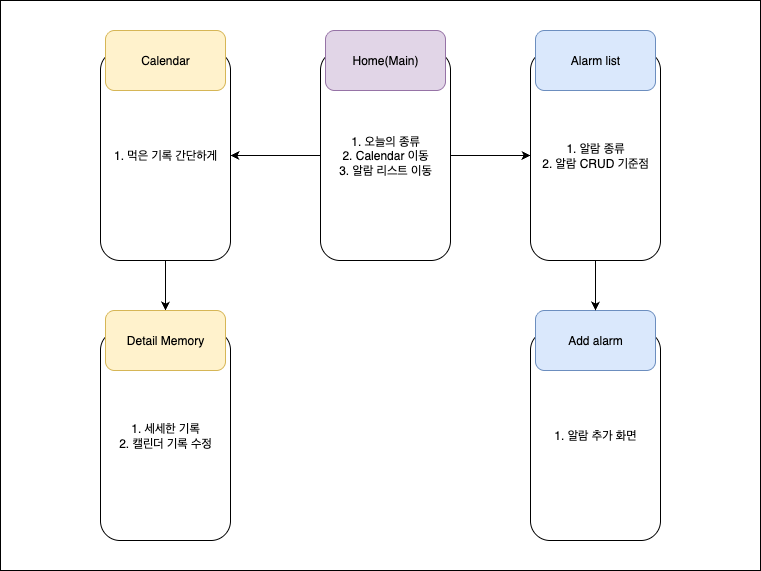
Earlier version of the draw.io export rsc/not_app/potion_alarm_screen_flow.png (andoricano/MedicareReminderRn). Source tidied: cells renumbered, new cells last; positions are measured from the earlier drawing's top-left corner, leaving out a move shared by most shapes.
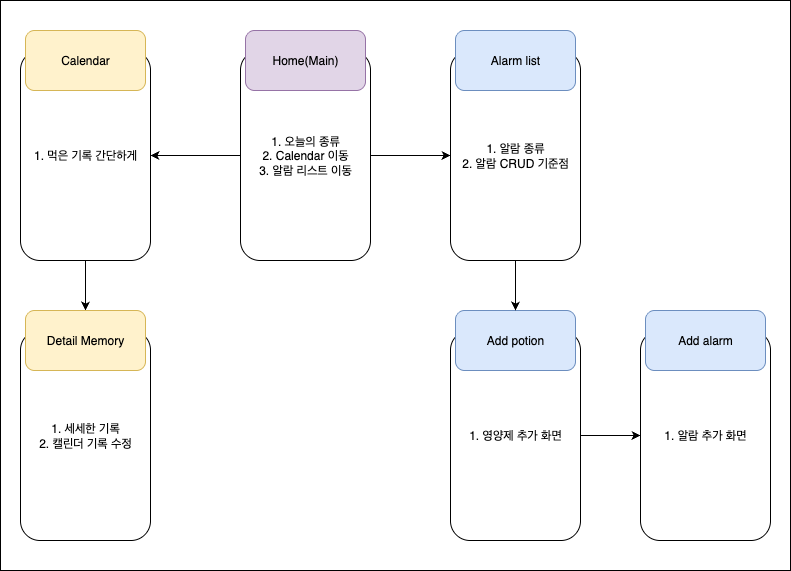
Later version of the same file.

Diff of the diagram source:
```diff
@@ -2,53 +2,62 @@
   <root>
     <mxCell id="0" />
     <mxCell id="1" parent="0" />
-    <mxCell id="2" style="group;" parent="1" vertex="1">
-      <mxGeometry width="760" height="570" as="geometry" />
-    </mxCell>
+    <mxCell id="18" style="group;" parent="1" vertex="1">
+      <mxGeometry x="80" width="790" height="570" as="geometry" />
+    </mxCell>
-    <mxCell id="3" style="rounded=0;whiteSpace=wrap;html=1;" parent="2" vertex="1">
-      <mxGeometry width="760" height="570" as="geometry" />
+    <mxCell id="3" style="rounded=0;whiteSpace=wrap;html=1;" parent="18" vertex="1">
+      <mxGeometry width="790" height="570" as="geometry" />
     </mxCell>
-    <mxCell id="4" style="edgeStyle=orthogonalEdgeStyle;rounded=0;jettySize=auto;html=1;" parent="2" edge="1" source="6" target="14">
+    <mxCell id="4" style="edgeStyle=orthogonalEdgeStyle;rounded=0;jettySize=auto;html=1;" parent="18" edge="1" source="6" target="14">
       <mxGeometry relative="1" as="geometry" />
     </mxCell>
-    <mxCell id="5" style="edgeStyle=orthogonalEdgeStyle;rounded=0;jettySize=auto;html=1;" parent="2" edge="1" source="6" target="11">
+    <mxCell id="5" style="edgeStyle=orthogonalEdgeStyle;rounded=0;jettySize=auto;html=1;" parent="18" edge="1" source="6" target="11">
       <mxGeometry relative="1" as="geometry" />
     </mxCell>
-    <mxCell id="6" value="1. 오늘의 종류&lt;div&gt;&lt;div&gt;2. Calendar 이동&lt;/div&gt;&lt;/div&gt;&lt;div&gt;3. 알람 리스트 이동&lt;/div&gt;" style="rounded=1;whiteSpace=wrap;html=1;" parent="2" vertex="1">
-      <mxGeometry x="320" y="50" width="130" height="210" as="geometry" />
+    <mxCell id="6" value="1. 오늘의 종류&lt;div&gt;&lt;div&gt;2. Calendar 이동&lt;/div&gt;&lt;/div&gt;&lt;div&gt;3. 알람 리스트 이동&lt;/div&gt;" style="rounded=1;whiteSpace=wrap;html=1;" parent="18" vertex="1">
+      <mxGeometry x="240" y="50" width="130" height="210" as="geometry" />
     </mxCell>
-    <mxCell id="7" value="Home(Main)" style="rounded=1;whiteSpace=wrap;html=1;fillColor=#e1d5e7;strokeColor=#9673a6;" parent="2" vertex="1">
-      <mxGeometry x="325" y="30" width="120" height="60" as="geometry" />
+    <mxCell id="7" value="Home(Main)" style="rounded=1;whiteSpace=wrap;html=1;fillColor=#e1d5e7;strokeColor=#9673a6;" parent="18" vertex="1">
+      <mxGeometry x="245" y="30" width="120" height="60" as="geometry" />
     </mxCell>
+    <mxCell id="19" style="edgeStyle=orthogonalEdgeStyle;rounded=0;jettySize=auto;html=1;" parent="18" edge="1" source="8" target="20">
+      <mxGeometry relative="1" as="geometry" />
+    </mxCell>
-    <mxCell id="8" value="1. 알람 추가 화면" style="rounded=1;whiteSpace=wrap;html=1;" parent="2" vertex="1">
-      <mxGeometry x="530" y="330" width="130" height="210" as="geometry" />
+    <mxCell id="8" value="1. 영양제 추가 화면" style="rounded=1;whiteSpace=wrap;html=1;" parent="18" vertex="1">
+      <mxGeometry x="450" y="330" width="130" height="210" as="geometry" />
     </mxCell>
-    <mxCell id="9" value="Add alarm" style="rounded=1;whiteSpace=wrap;html=1;fillColor=#dae8fc;strokeColor=#6c8ebf;" parent="2" vertex="1">
-      <mxGeometry x="535" y="310" width="120" height="60" as="geometry" />
+    <mxCell id="9" value="Add potion" style="rounded=1;whiteSpace=wrap;html=1;fillColor=#dae8fc;strokeColor=#6c8ebf;" parent="18" vertex="1">
+      <mxGeometry x="455" y="310" width="120" height="60" as="geometry" />
     </mxCell>
-    <mxCell id="10" style="edgeStyle=orthogonalEdgeStyle;rounded=0;jettySize=auto;html=1;" parent="2" edge="1" source="11" target="9">
+    <mxCell id="10" style="edgeStyle=orthogonalEdgeStyle;rounded=0;jettySize=auto;html=1;" parent="18" edge="1" source="11" target="9">
       <mxGeometry relative="1" as="geometry" />
     </mxCell>
-    <mxCell id="11" value="1. 알람 종류&lt;br&gt;2. 알람 CRUD 기준점" style="rounded=1;whiteSpace=wrap;html=1;" parent="2" vertex="1">
-      <mxGeometry x="530" y="50" width="130" height="210" as="geometry" />
+    <mxCell id="11" value="1. 알람 종류&lt;br&gt;2. 알람 CRUD 기준점" style="rounded=1;whiteSpace=wrap;html=1;" parent="18" vertex="1">
+      <mxGeometry x="450" y="50" width="130" height="210" as="geometry" />
     </mxCell>
-    <mxCell id="12" value="Alarm list" style="rounded=1;whiteSpace=wrap;html=1;fillColor=#dae8fc;strokeColor=#6c8ebf;" parent="2" vertex="1">
-      <mxGeometry x="535" y="30" width="120" height="60" as="geometry" />
+    <mxCell id="12" value="Alarm list" style="rounded=1;whiteSpace=wrap;html=1;fillColor=#dae8fc;strokeColor=#6c8ebf;" parent="18" vertex="1">
+      <mxGeometry x="455" y="30" width="120" height="60" as="geometry" />
     </mxCell>
-    <mxCell id="13" style="edgeStyle=orthogonalEdgeStyle;rounded=0;jettySize=auto;html=1;" parent="2" edge="1" source="14" target="17">
+    <mxCell id="13" style="edgeStyle=orthogonalEdgeStyle;rounded=0;jettySize=auto;html=1;" parent="18" edge="1" source="14" target="17">
       <mxGeometry relative="1" as="geometry" />
     </mxCell>
-    <mxCell id="14" value="1. 먹은 기록 간단하게" style="rounded=1;whiteSpace=wrap;html=1;" parent="2" vertex="1">
-      <mxGeometry x="100" y="50" width="130" height="210" as="geometry" />
+    <mxCell id="14" value="1. 먹은 기록 간단하게" style="rounded=1;whiteSpace=wrap;html=1;" parent="18" vertex="1">
+      <mxGeometry x="20" y="50" width="130" height="210" as="geometry" />
     </mxCell>
-    <mxCell id="15" value="Calendar" style="rounded=1;whiteSpace=wrap;html=1;fillColor=#fff2cc;strokeColor=#d6b656;" parent="2" vertex="1">
-      <mxGeometry x="105" y="30" width="120" height="60" as="geometry" />
+    <mxCell id="15" value="Calendar" style="rounded=1;whiteSpace=wrap;html=1;fillColor=#fff2cc;strokeColor=#d6b656;" parent="18" vertex="1">
+      <mxGeometry x="25" y="30" width="120" height="60" as="geometry" />
     </mxCell>
-    <mxCell id="16" value="1. 세세한 기록&lt;br&gt;2. 캘린더 기록 수정" style="rounded=1;whiteSpace=wrap;html=1;" parent="2" vertex="1">
-      <mxGeometry x="100" y="330" width="130" height="210" as="geometry" />
+    <mxCell id="16" value="1. 세세한 기록&lt;br&gt;2. 캘린더 기록 수정" style="rounded=1;whiteSpace=wrap;html=1;" parent="18" vertex="1">
+      <mxGeometry x="20" y="330" width="130" height="210" as="geometry" />
     </mxCell>
-    <mxCell id="17" value="Detail Memory" style="rounded=1;whiteSpace=wrap;html=1;fillColor=#fff2cc;strokeColor=#d6b656;" parent="2" vertex="1">
-      <mxGeometry x="105" y="310" width="120" height="60" as="geometry" />
+    <mxCell id="17" value="Detail Memory" style="rounded=1;whiteSpace=wrap;html=1;fillColor=#fff2cc;strokeColor=#d6b656;" parent="18" vertex="1">
+      <mxGeometry x="25" y="310" width="120" height="60" as="geometry" />
     </mxCell>
+    <mxCell id="20" value="1. 알람 추가 화면" style="rounded=1;whiteSpace=wrap;html=1;" parent="18" vertex="1">
+      <mxGeometry x="640" y="330" width="130" height="210" as="geometry" />
+    </mxCell>
+    <mxCell id="21" value="Add alarm" style="rounded=1;whiteSpace=wrap;html=1;fillColor=#dae8fc;strokeColor=#6c8ebf;" parent="18" vertex="1">
+      <mxGeometry x="645" y="310" width="120" height="60" as="geometry" />
+    </mxCell>
   </root>
 </mxGraphModel>
```
